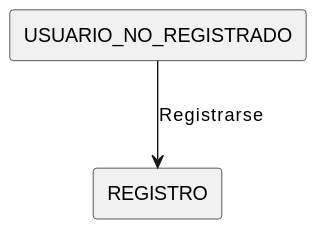
The PlantUML diagram Documentos/Imagenes/DiagramasContexto/UsuarioNoRegistradoContexto.svg in mmasias/24-25-IdSw1-SDR, before a commit. Source of this version:
```plantuml
@startuml
!define RECTANGLE(x) rectangle x

RECTANGLE(USUARIO_NO_REGISTRADO)
RECTANGLE(REGISTRO)

USUARIO_NO_REGISTRADO --> REGISTRO : Registrarse
@enduml
```
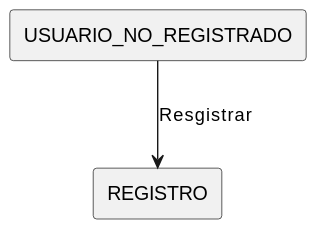
The same diagram one commit later.

Commit message:
Casos de Uso con Contexto y Cmbio de Registrarse

What changed in the source:
```diff
@@ -4,5 +4,5 @@
 RECTANGLE(USUARIO_NO_REGISTRADO)
 RECTANGLE(REGISTRO)
 
-USUARIO_NO_REGISTRADO --> REGISTRO : Registrarse
+USUARIO_NO_REGISTRADO --> REGISTRO : Resgistrar
 @enduml
```
